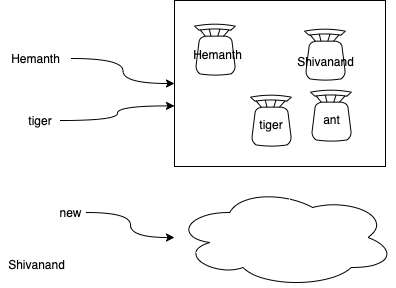
This is images/day3.drawio.png from adithnaveen/sapient-freshers-aem-oct-2021, a draw.io export, as it was before one commit. Source tidied: cells renumbered, new cells last; positions are measured from the earlier drawing's top-left corner, leaving out a move shared by most shapes.
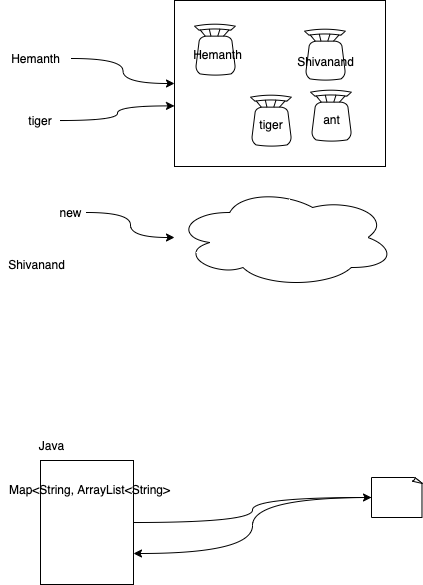
The same diagram one commit later.

Commit message:
updated java code

The edit, as a diff of the source:
```diff
@@ -53,5 +53,23 @@
     <mxCell id="18" value="ant" style="text;html=1;align=center;verticalAlign=middle;strokeColor=none;" parent="1" vertex="1">
       <mxGeometry x="317" y="110" width="27" height="18" as="geometry" />
     </mxCell>
+    <mxCell id="19" style="edgeStyle=orthogonalEdgeStyle;curved=1;rounded=0;jettySize=auto;html=1;entryX=1;entryY=0.75;entryDx=0;entryDy=0;" parent="1" edge="1" source="20" target="22">
+      <mxGeometry relative="1" as="geometry" />
+    </mxCell>
+    <mxCell id="20" style="whiteSpace=wrap;html=1;shape=mxgraph.basic.document;" parent="1" vertex="1">
+      <mxGeometry x="371" y="477" width="51" height="40" as="geometry" />
+    </mxCell>
+    <mxCell id="21" style="edgeStyle=orthogonalEdgeStyle;curved=1;rounded=0;jettySize=auto;html=1;entryX=0;entryY=0.5;entryDx=0;entryDy=0;entryPerimeter=0;" parent="1" edge="1" source="22" target="20">
+      <mxGeometry relative="1" as="geometry" />
+    </mxCell>
+    <mxCell id="22" style="rounded=0;whiteSpace=wrap;html=1;" parent="1" vertex="1">
+      <mxGeometry x="40" y="460" width="93" height="124" as="geometry" />
+    </mxCell>
+    <mxCell id="23" value="Java" style="text;html=1;align=center;verticalAlign=middle;strokeColor=none;" parent="1" vertex="1">
+      <mxGeometry x="33" y="436" width="35" height="18" as="geometry" />
+    </mxCell>
+    <mxCell id="24" value="Map&amp;lt;String, ArrayList&amp;lt;String&amp;gt;" style="text;html=1;align=center;verticalAlign=middle;strokeColor=none;" parent="1" vertex="1">
+      <mxGeometry x="4" y="480" width="170" height="18" as="geometry" />
+    </mxCell>
   </root>
 </mxGraphModel>
```
